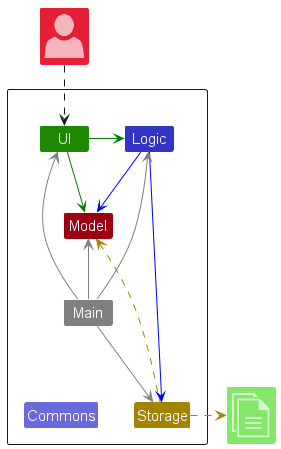
The PlantUML diagram docs/images/ArchitectureDiagram.png in nus-cs2103-AY2425S1/tp, before a commit.
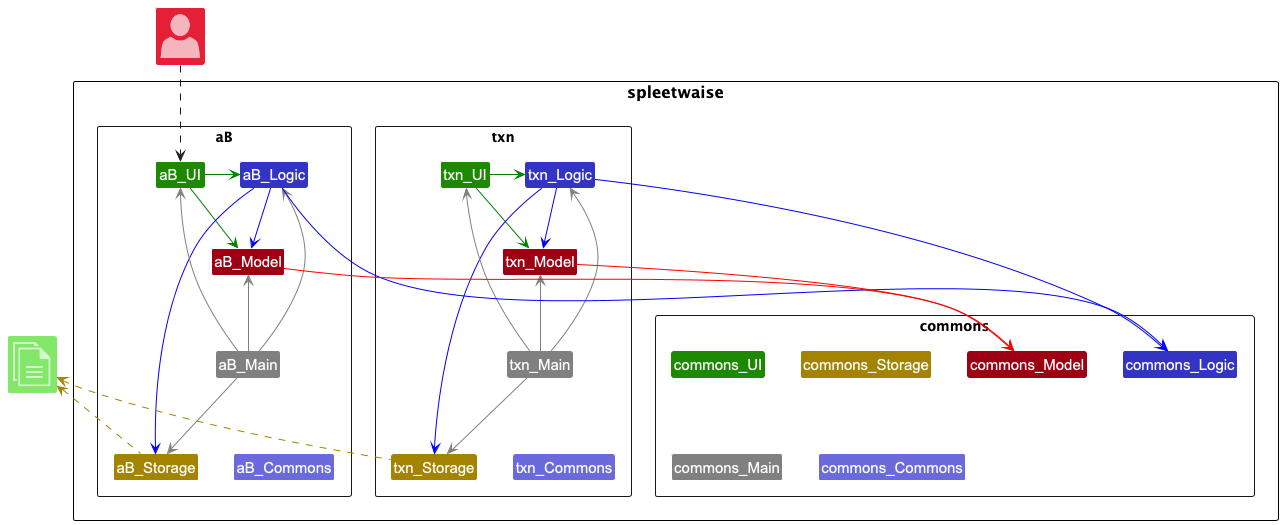
Later version of the same file.

Commit message:
Update architecture diagram

The edit, as a diff of the source:
```diff
@@ -4,30 +4,62 @@
 !include <office/Users/user>
 !include style.puml
 
-Package " "<<Rectangle>>{
-    Class UI UI_COLOR
-    Class Logic LOGIC_COLOR
-    Class Storage STORAGE_COLOR
-    Class Model MODEL_COLOR
-    Class Main #grey
-    Class Commons LOGIC_COLOR_T2
+Package "spleetwaise.commons" <<Rectangle>> {
+    Class commons_UI UI_COLOR
+    Class commons_Logic LOGIC_COLOR
+    Class commons_Storage STORAGE_COLOR
+    Class commons_Model MODEL_COLOR
+    Class commons_Main #grey
+    Class commons_Commons LOGIC_COLOR_T2
+}
+
+Package "spleetwaise.aB" <<Rectangle>> {
+    Class aB_UI UI_COLOR
+    Class aB_Logic LOGIC_COLOR
+    Class aB_Storage STORAGE_COLOR
+    Class aB_Model MODEL_COLOR
+    Class aB_Main #grey
+    Class aB_Commons LOGIC_COLOR_T2
+}
+
+Package "spleetwaise.txn" <<Rectangle>> {
+    Class txn_UI UI_COLOR
+    Class txn_Logic LOGIC_COLOR
+    Class txn_Storage STORAGE_COLOR
+    Class txn_Model MODEL_COLOR
+    Class txn_Main #grey
+    Class txn_Commons LOGIC_COLOR_T2
 }
 
 Class "<$user>" as User MODEL_COLOR_T2
 Class "<$documents>" as File UI_COLOR_T1
 
+aB_UI -[#green]> aB_Logic
+aB_UI -right[#green]-> aB_Model
+aB_Logic -[#blue]-> aB_Storage
+aB_Logic -down[#blue]-> aB_Model
+aB_Main -[#grey]-> aB_UI
+aB_Main -[#grey]-> aB_Logic
+aB_Main -[#grey]-> aB_Storage
+aB_Main -up[#grey]-> aB_Model
+aB_Main -down[hidden]-> aB_Commons
 
-UI -[#green]> Logic
-UI -right[#green]-> Model
-Logic -[#blue]-> Storage
-Logic -down[#blue]-> Model
-Main -[#grey]-> UI
-Main -[#grey]-> Logic
-Main -[#grey]-> Storage
-Main -up[#grey]-> Model
-Main -down[hidden]-> Commons
+txn_UI -[#green]> txn_Logic
+txn_UI -right[#green]-> txn_Model
+txn_Logic -[#blue]-> txn_Storage
+txn_Logic -down[#blue]-> txn_Model
+txn_Main -[#grey]-> txn_UI
+txn_Main -[#grey]-> txn_Logic
+txn_Main -[#grey]-> txn_Storage
+txn_Main -up[#grey]-> txn_Model
+txn_Main -down[hidden]-> txn_Commons
 
-Storage -up[STORAGE_COLOR].> Model
-Storage .right[STORAGE_COLOR].>File
-User ..> UI
+aB_Storage -up[STORAGE_COLOR].> File
+txn_Storage -up[STORAGE_COLOR].> File
+User ..> aB_UI
+
+aB_Logic -down[#blue]-> commons_Logic
+txn_Logic -down[#blue]-> commons_Logic
+aB_Model -down[#red]-> commons_Model
+txn_Model -down[#red]-> commons_Model
 @enduml
```
